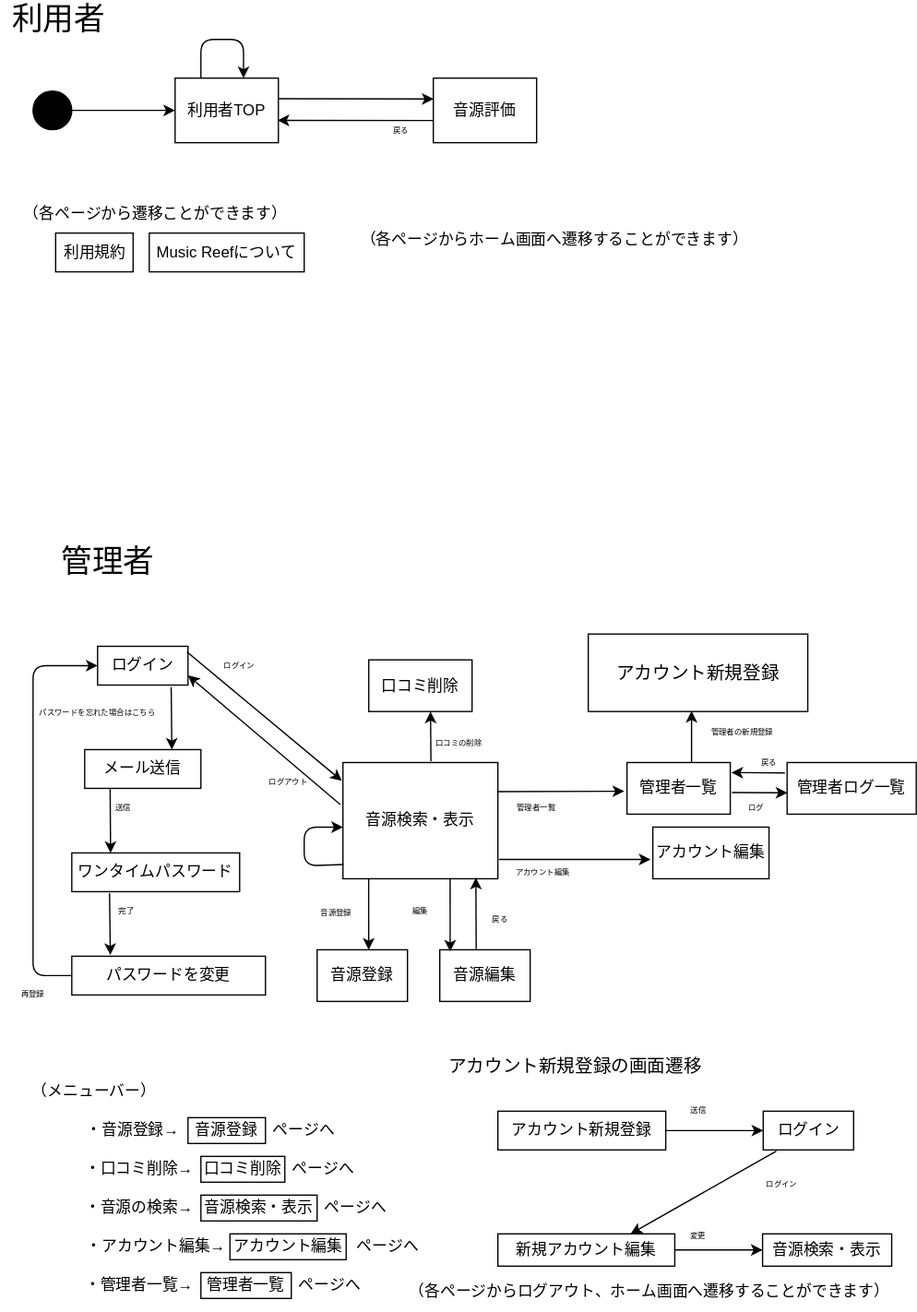
Earlier version of the draw.io export ab.drawio.svg (IshiYoshi765/uml-introduction). Source tidied: cells renumbered, new cells last; positions are measured from the earlier drawing's top-left corner, leaving out a move shared by most shapes.
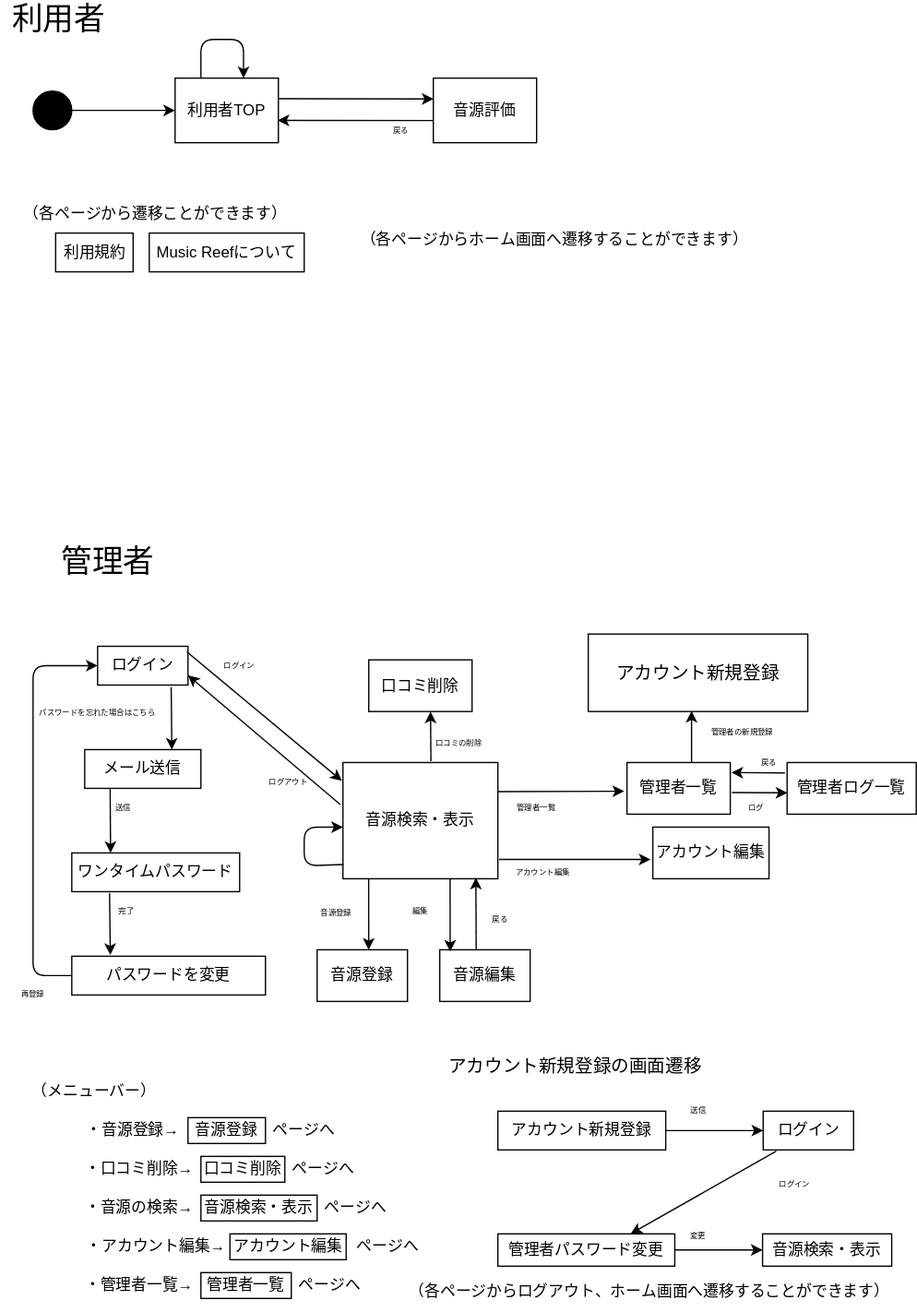
The same diagram one commit later.

Diff of the diagram source:
```diff
@@ -262,14 +262,14 @@
     <mxCell id="80" value="ログイン" style="rounded=0;whiteSpace=wrap;html=1;" parent="1" vertex="1">
       <mxGeometry x="590.5" y="860" width="70" height="30" as="geometry" />
     </mxCell>
-    <mxCell id="81" value="新規アカウント編集" style="rounded=0;whiteSpace=wrap;html=1;" parent="1" vertex="1">
+    <mxCell id="81" value="管理者パスワード変更" style="rounded=0;whiteSpace=wrap;html=1;" parent="1" vertex="1">
       <mxGeometry x="385" y="955" width="137" height="25" as="geometry" />
     </mxCell>
     <mxCell id="82" style="endArrow=classic;html=1;exitX=0.145;exitY=1.029;exitDx=0;exitDy=0;entryX=0.75;entryY=0;entryDx=0;entryDy=0;exitPerimeter=0;" parent="1" edge="1" source="80" target="81">
       <mxGeometry relative="1" as="geometry" />
     </mxCell>
     <mxCell id="83" value="&lt;font style=&quot;font-size: 6px;&quot;&gt;ログイン&lt;/font&gt;" style="text;html=1;strokeColor=none;fillColor=none;align=center;verticalAlign=middle;whiteSpace=wrap;rounded=0;" parent="1" vertex="1">
-      <mxGeometry x="575" y="900" width="60" height="30" as="geometry" />
+      <mxGeometry x="585" y="900" width="60" height="30" as="geometry" />
     </mxCell>
     <mxCell id="84" value="&lt;span style=&quot;font-size: 12px;&quot;&gt;音源検索・表示&lt;/span&gt;" style="rounded=0;whiteSpace=wrap;html=1;fontSize=6;" parent="1" vertex="1">
       <mxGeometry x="590" y="955" width="100" height="25" as="geometry" />
```
